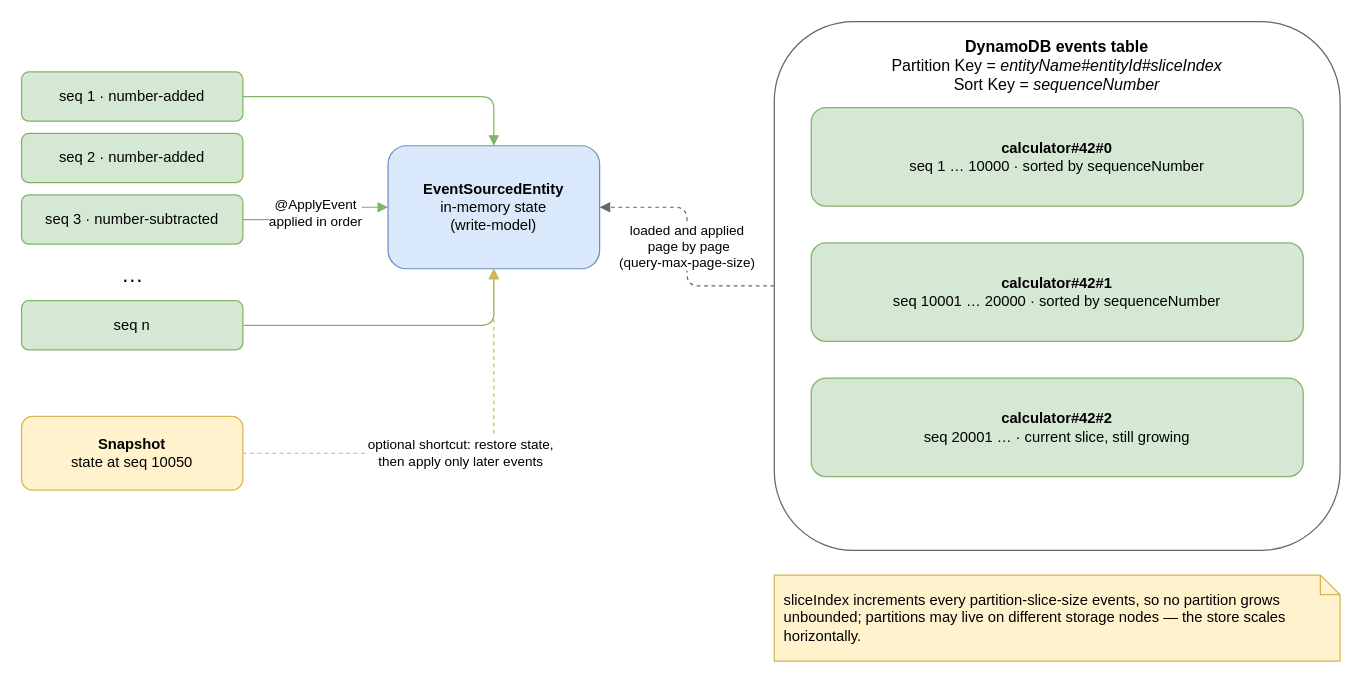
Earlier version of the draw.io diagram page "Event sourcing and storage" (1 of 5) of diagrams/design-and-architecture.drawio (SagynyshBaitursinov/events-caravan). Source tidied: cells renumbered, new cells numbered last; positions are measured from the earlier drawing's top-left corner, leaving out a move shared by most shapes. Both pictures are drawn from the tidied source at 123%, with x=0, y=0 at pixel (21, 21).
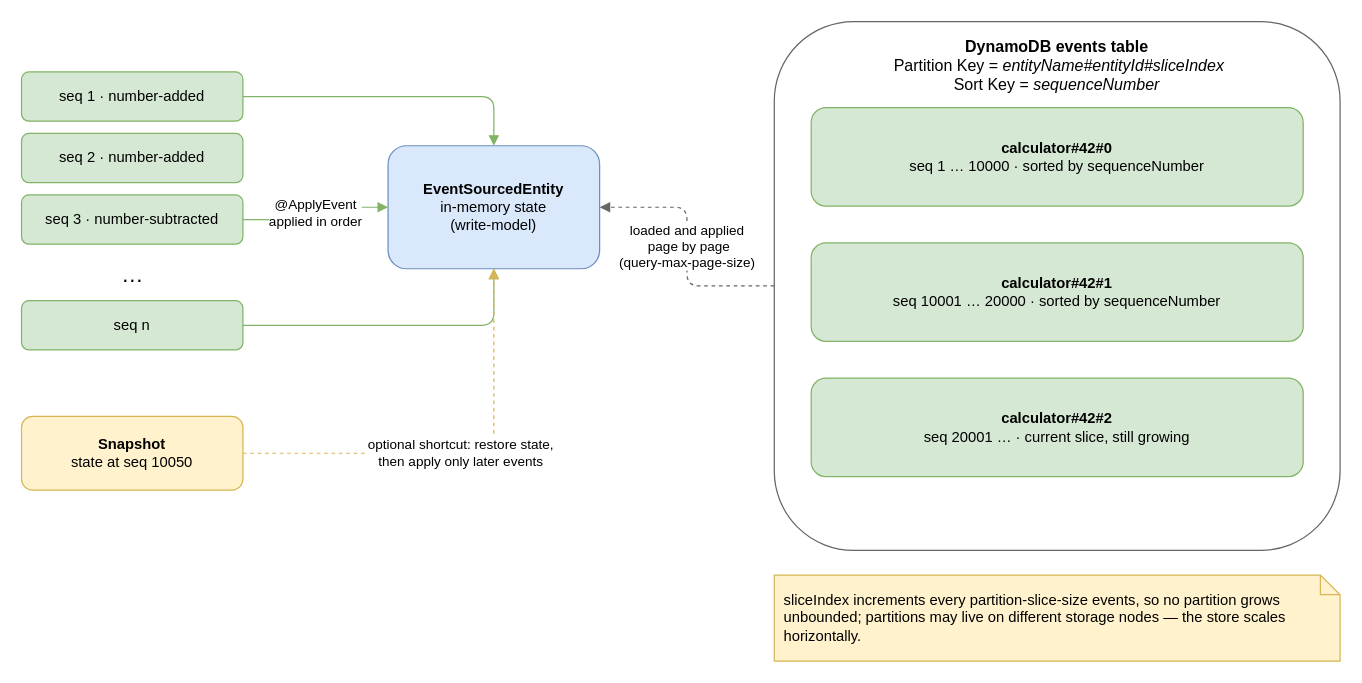
The same diagram, later.

Change to the diagram source:
```diff
@@
 <mxGraphModel background="light-dark(#FFFFFF,#121212)">
   <root>
     <mxCell id="0" />
     <mxCell id="1" parent="0" />
     <mxCell id="2" value="seq 1 · number-added" style="rounded=1;whiteSpace=wrap;html=1;fillColor=#d5e8d4;strokeColor=#82b366;" parent="1" vertex="1">
       <mxGeometry y="41" width="180" height="40" as="geometry" />
     </mxCell>
     <mxCell id="3" value="seq 2 · number-added" style="rounded=1;whiteSpace=wrap;html=1;fillColor=#d5e8d4;strokeColor=#82b366;" parent="1" vertex="1">
       <mxGeometry y="91" width="180" height="40" as="geometry" />
     </mxCell>
     <mxCell id="4" value="seq 3 · number-subtracted" style="rounded=1;whiteSpace=wrap;html=1;fillColor=#d5e8d4;strokeColor=#82b366;" parent="1" vertex="1">
       <mxGeometry y="141" width="180" height="40" as="geometry" />
     </mxCell>
     <mxCell id="5" value="…" style="text;html=1;align=center;fontSize=18;" parent="1" vertex="1">
       <mxGeometry y="189" width="180" height="30" as="geometry" />
     </mxCell>
     <mxCell id="6" value="seq n" style="rounded=1;whiteSpace=wrap;html=1;fillColor=#d5e8d4;strokeColor=#82b366;" parent="1" vertex="1">
       <mxGeometry y="227" width="180" height="40" as="geometry" />
     </mxCell>
     <mxCell id="7" value="&lt;b&gt;EventSourcedEntity&lt;/b&gt;&lt;br&gt;in-memory state&lt;br&gt;(write-model)" style="rounded=1;whiteSpace=wrap;html=1;fillColor=#dae8fc;strokeColor=#6c8ebf;" parent="1" vertex="1">
       <mxGeometry x="298" y="101" width="172" height="100" as="geometry" />
     </mxCell>
     <mxCell id="8" style="edgeStyle=orthogonalEdgeStyle;rounded=1;html=1;endArrow=block;strokeColor=#82b366;" parent="1" edge="1" source="2" target="7">
       <mxGeometry relative="1" as="geometry" />
     </mxCell>
     <mxCell id="9" value="@ApplyEvent&lt;br&gt;applied in order" style="edgeStyle=orthogonalEdgeStyle;rounded=1;html=1;endArrow=block;strokeColor=#82b366;labelBackgroundColor=#ffffff;" parent="1" edge="1" source="4" target="7">
       <mxGeometry relative="1" as="geometry" />
     </mxCell>
     <mxCell id="10" style="edgeStyle=orthogonalEdgeStyle;rounded=1;html=1;endArrow=block;strokeColor=#82b366;" parent="1" edge="1" source="6" target="7">
       <mxGeometry relative="1" as="geometry" />
     </mxCell>
     <mxCell id="11" value="&lt;b&gt;Snapshot&lt;/b&gt;&lt;br&gt;state at seq 10050" style="rounded=1;whiteSpace=wrap;html=1;fillColor=#fff2cc;strokeColor=#d6b656;" parent="1" vertex="1">
       <mxGeometry y="321" width="180" height="60" as="geometry" />
     </mxCell>
     <mxCell id="12" value="optional shortcut: restore state,&lt;br&gt;then apply only later events" style="edgeStyle=orthogonalEdgeStyle;rounded=1;html=1;endArrow=block;dashed=1;strokeColor=#d6b656;labelBackgroundColor=#ffffff;" parent="1" edge="1" source="11" target="7">
       <mxGeometry relative="1" as="geometry" />
     </mxCell>
-    <mxCell id="13" value="&lt;b&gt;DynamoDB events table&lt;/b&gt;&lt;div&gt;&amp;nbsp;Partition Key = &lt;i&gt;entityName#entityId#sliceIndex&lt;/i&gt;&amp;nbsp;&lt;/div&gt;&lt;div&gt;Sort Key = &lt;i&gt;sequenceNumber&lt;/i&gt;&lt;/div&gt;" style="rounded=1;whiteSpace=wrap;html=1;verticalAlign=top;fillColor=none;strokeColor=#666666;spacingTop=6;fontSize=13;" parent="1" vertex="1">
+    <mxCell id="13" value="&lt;b&gt;DynamoDB events table&lt;/b&gt;&lt;div&gt;&amp;nbsp;Partition Key = &lt;i&gt;entityName#entityId#&lt;/i&gt;&lt;span style=&quot;background-color: transparent;&quot;&gt;&lt;i&gt;sliceIndex&lt;/i&gt;&lt;/span&gt;&lt;/div&gt;&lt;div&gt;Sort Key = &lt;i&gt;sequenceNumber&lt;/i&gt;&lt;/div&gt;" style="rounded=1;whiteSpace=wrap;html=1;verticalAlign=top;fillColor=none;strokeColor=#666666;spacingTop=6;fontSize=13;" parent="1" vertex="1">
       <mxGeometry x="612" width="460" height="430" as="geometry" />
     </mxCell>
     <mxCell id="14" value="&lt;b&gt;calculator#42#0&lt;/b&gt;&lt;br&gt;seq 1 … 10000 · sorted by sequenceNumber" style="rounded=1;whiteSpace=wrap;html=1;fillColor=#d5e8d4;strokeColor=#82b366;" parent="1" vertex="1">
       <mxGeometry x="642" y="70" width="400" height="80" as="geometry" />
     </mxCell>
     <mxCell id="15" value="&lt;b&gt;calculator#42#1&lt;/b&gt;&lt;br&gt;seq 10001 … 20000 · sorted by sequenceNumber" style="rounded=1;whiteSpace=wrap;html=1;fillColor=#d5e8d4;strokeColor=#82b366;" parent="1" vertex="1">
       <mxGeometry x="642" y="180" width="400" height="80" as="geometry" />
     </mxCell>
     <mxCell id="16" value="&lt;b&gt;calculator#42#2&lt;/b&gt;&lt;br&gt;seq 20001 … · current slice, still growing" style="rounded=1;whiteSpace=wrap;html=1;fillColor=#d5e8d4;strokeColor=#82b366;" parent="1" vertex="1">
       <mxGeometry x="642" y="290" width="400" height="80" as="geometry" />
     </mxCell>
     <mxCell id="17" value="sliceIndex increments every partition-slice-size events, so no partition grows unbounded; partitions may live on different storage nodes — the store scales horizontally." style="shape=note;whiteSpace=wrap;html=1;backgroundOutline=1;fillColor=#fff2cc;strokeColor=#d6b656;size=16;align=left;spacing=8;" parent="1" vertex="1">
       <mxGeometry x="612" y="450" width="460" height="70" as="geometry" />
     </mxCell>
     <mxCell id="18" value="loaded and applied&lt;div&gt;&amp;nbsp;page by page&lt;br&gt;(query-max-page-size)&lt;/div&gt;" style="edgeStyle=orthogonalEdgeStyle;rounded=1;html=1;endArrow=block;dashed=1;strokeColor=#666666;labelBackgroundColor=#ffffff;exitX=0;exitY=0.5;entryX=1;entryY=0.5;" parent="1" edge="1" source="13" target="7">
       <mxGeometry relative="1" as="geometry" />
     </mxCell>
   </root>
 </mxGraphModel>
```
